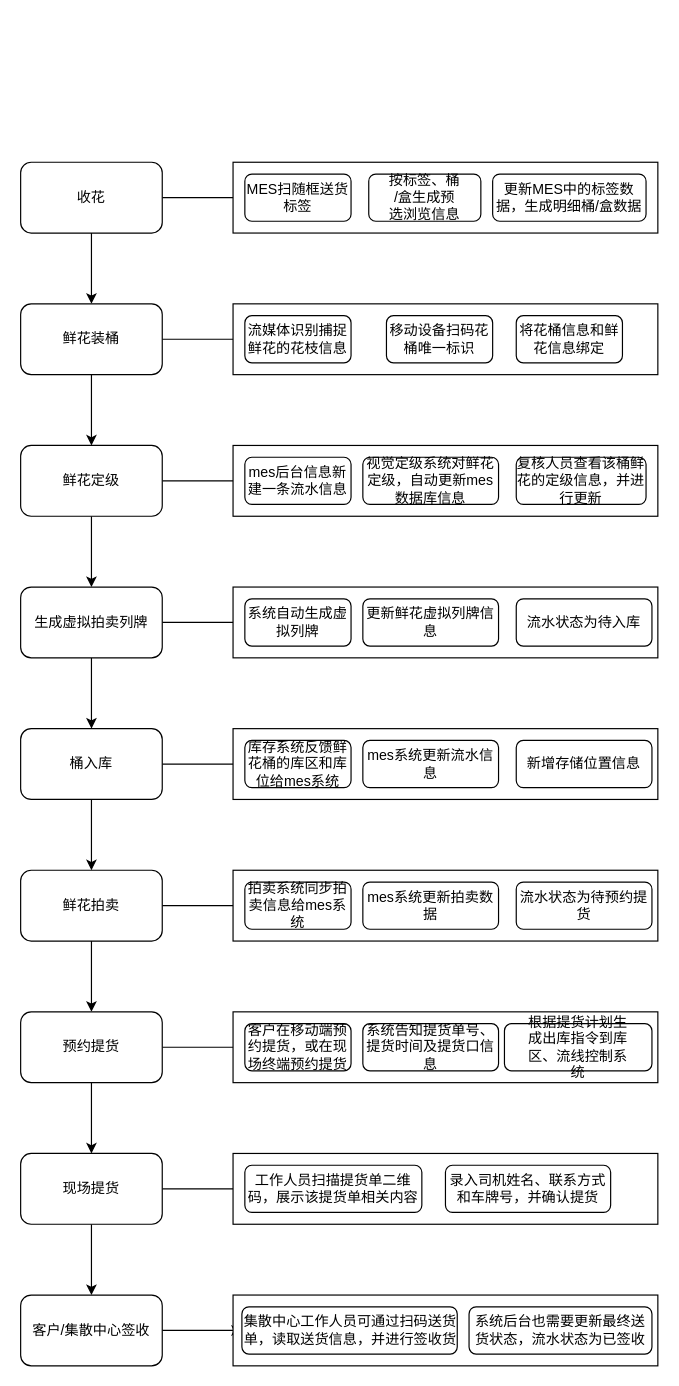
The draw.io diagram 系统主要业务流程图.drawio in yuxibiwin/draw, before the edit. Source tidied: cells renumbered, new cells numbered last; positions are measured from the earlier drawing's top-left corner, leaving out a move shared by most shapes. Both pictures are drawn from the tidied source at 118%, with x=0, y=0 at pixel (20, 162).
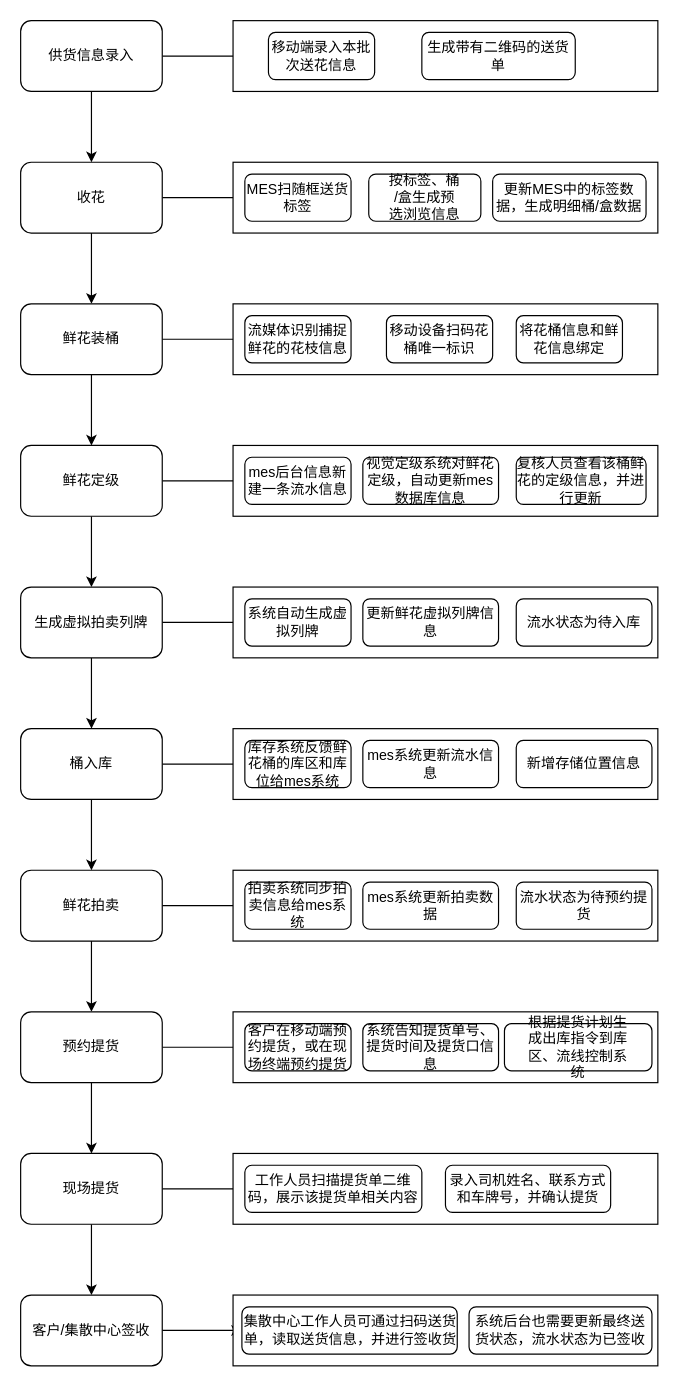
After the change.

Commit message:
更新系统主要业务流程图.drawio

The change refers to these unchanged cells:
```xml
<mxCell id="4" value="收花" style="rounded=1;whiteSpace=wrap;html=1;" parent="1" vertex="1">
  <mxGeometry width="120" height="60" as="geometry" />
</mxCell>
```

What changed in the source:
```diff
@@
+    <mxCell id="62" style="edgeStyle=orthogonalEdgeStyle;rounded=0;jettySize=auto;html=1;" parent="1" edge="1" source="64" target="66">
+      <mxGeometry relative="1" as="geometry" />
+    </mxCell>
+    <mxCell id="63" style="edgeStyle=orthogonalEdgeStyle;rounded=0;jettySize=auto;html=1;" parent="1" edge="1" source="64" target="4">
+      <mxGeometry relative="1" as="geometry" />
+    </mxCell>
+    <mxCell id="64" value="供货信息录入" style="rounded=1;whiteSpace=wrap;html=1;" parent="1" vertex="1">
+      <mxGeometry y="-120" width="120" height="60" as="geometry" />
+    </mxCell>
+    <mxCell id="65" value="&lt;div&gt;&lt;br&gt;&lt;/div&gt;" style="rounded=0;whiteSpace=wrap;html=1;strokeColor=default;" parent="1" vertex="1">
+      <mxGeometry x="180" y="-120" width="360" height="60" as="geometry" />
+    </mxCell>
+    <mxCell id="66" value="&lt;div&gt;&lt;div class=&quot;old-record-id-StFvdkg8AoWO6hxtnWJcIlENnnb&quot;&gt;移动端录入本批次送花信息&lt;/div&gt;&lt;/div&gt;&lt;span class=&quot;lark-record-clipboard&quot; data-lark-record-data=&quot;{&amp;quot;rootId&amp;quot;:&amp;quot;G99nd1VvgodGDlxli7vcx1EgncO&amp;quot;,&amp;quot;text&amp;quot;:{&amp;quot;initialAttributedTexts&amp;quot;:{&amp;quot;text&amp;quot;:{&amp;quot;0&amp;quot;:&amp;quot;移动端录入本批次送花信息&amp;quot;},&amp;quot;attribs&amp;quot;:{&amp;quot;0&amp;quot;:&amp;quot;*0+c&amp;quot;}},&amp;quot;apool&amp;quot;:{&amp;quot;numToAttrib&amp;quot;:{&amp;quot;0&amp;quot;:[&amp;quot;author&amp;quot;,&amp;quot;7107455746731769857&amp;quot;]},&amp;quot;nextNum&amp;quot;:1}},&amp;quot;type&amp;quot;:&amp;quot;text&amp;quot;,&amp;quot;referenceRecordMap&amp;quot;:{},&amp;quot;extra&amp;quot;:{&amp;quot;mention_page_title&amp;quot;:{},&amp;quot;external_mention_url&amp;quot;:{}},&amp;quot;isKeepQuoteContainer&amp;quot;:false,&amp;quot;isFromCode&amp;quot;:false,&amp;quot;selection&amp;quot;:[{&amp;quot;id&amp;quot;:3,&amp;quot;type&amp;quot;:&amp;quot;text&amp;quot;,&amp;quot;selection&amp;quot;:{&amp;quot;start&amp;quot;:9,&amp;quot;end&amp;quot;:21},&amp;quot;recordId&amp;quot;:&amp;quot;StFvdkg8AoWO6hxtnWJcIlENnnb&amp;quot;}],&amp;quot;payloadMap&amp;quot;:{},&amp;quot;isCut&amp;quot;:false}&quot;&gt;&lt;/span&gt;" style="rounded=1;whiteSpace=wrap;html=1;" parent="1" vertex="1">
+      <mxGeometry x="210" y="-110" width="90" height="40" as="geometry" />
+    </mxCell>
+    <mxCell id="67" value="&lt;div&gt;&lt;div class=&quot;old-record-id-StFvdkg8AoWO6hxtnWJcIlENnnb&quot;&gt;生成带有二维码的送货单&lt;/div&gt;&lt;/div&gt;&lt;span class=&quot;lark-record-clipboard&quot; data-lark-record-data=&quot;{&amp;quot;rootId&amp;quot;:&amp;quot;G99nd1VvgodGDlxli7vcx1EgncO&amp;quot;,&amp;quot;text&amp;quot;:{&amp;quot;initialAttributedTexts&amp;quot;:{&amp;quot;text&amp;quot;:{&amp;quot;0&amp;quot;:&amp;quot;生成带有二维码的送货单&amp;quot;},&amp;quot;attribs&amp;quot;:{&amp;quot;0&amp;quot;:&amp;quot;*0+b&amp;quot;}},&amp;quot;apool&amp;quot;:{&amp;quot;numToAttrib&amp;quot;:{&amp;quot;0&amp;quot;:[&amp;quot;author&amp;quot;,&amp;quot;7107455746731769857&amp;quot;]},&amp;quot;nextNum&amp;quot;:1}},&amp;quot;type&amp;quot;:&amp;quot;text&amp;quot;,&amp;quot;referenceRecordMap&amp;quot;:{},&amp;quot;extra&amp;quot;:{&amp;quot;mention_page_title&amp;quot;:{},&amp;quot;external_mention_url&amp;quot;:{}},&amp;quot;isKeepQuoteContainer&amp;quot;:false,&amp;quot;isFromCode&amp;quot;:false,&amp;quot;selection&amp;quot;:[{&amp;quot;id&amp;quot;:3,&amp;quot;type&amp;quot;:&amp;quot;text&amp;quot;,&amp;quot;selection&amp;quot;:{&amp;quot;start&amp;quot;:63,&amp;quot;end&amp;quot;:74},&amp;quot;recordId&amp;quot;:&amp;quot;StFvdkg8AoWO6hxtnWJcIlENnnb&amp;quot;}],&amp;quot;payloadMap&amp;quot;:{},&amp;quot;isCut&amp;quot;:false}&quot;&gt;&lt;/span&gt;" style="rounded=1;whiteSpace=wrap;html=1;" parent="1" vertex="1">
+      <mxGeometry x="340" y="-110" width="130" height="40" as="geometry" />
+    </mxCell>
```
